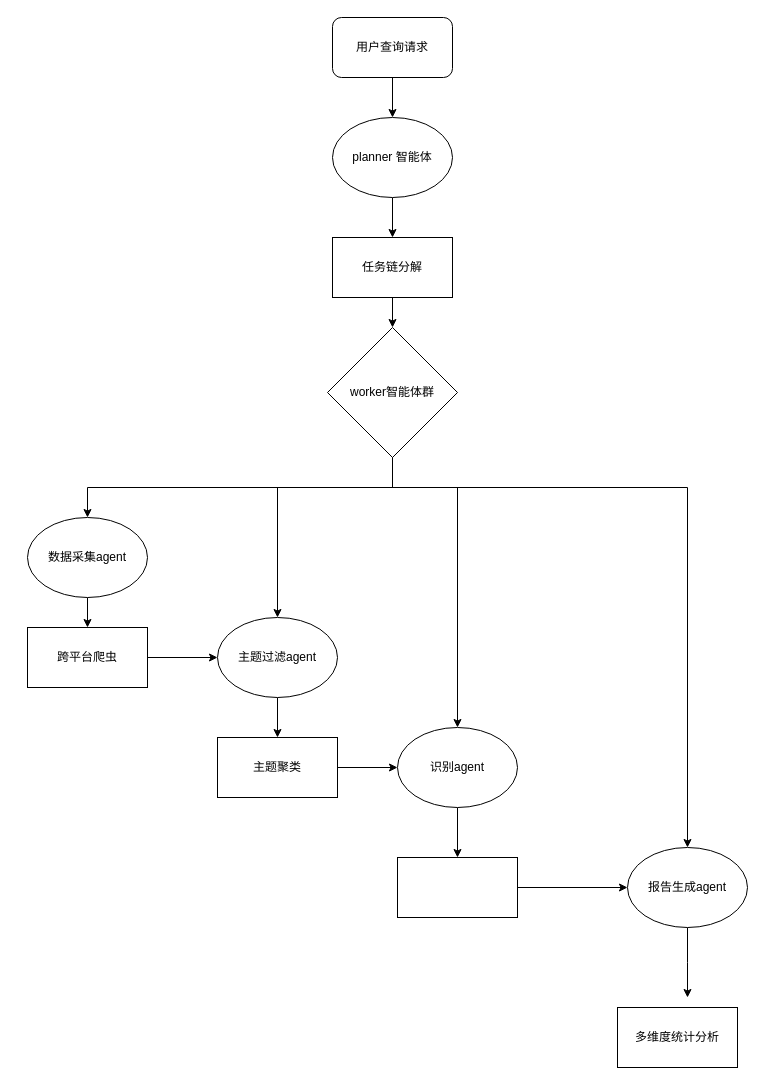
Before: 未命名绘图.drawio in PiercingLight1/reddit_crawler_v2, a draw.io diagram. Source tidied: cells renumbered, new cells numbered last; positions are measured from the earlier drawing's top-left corner, leaving out a move shared by most shapes. Both pictures are drawn from the tidied source at 100%, with x=0, y=0 at pixel (27, 17).
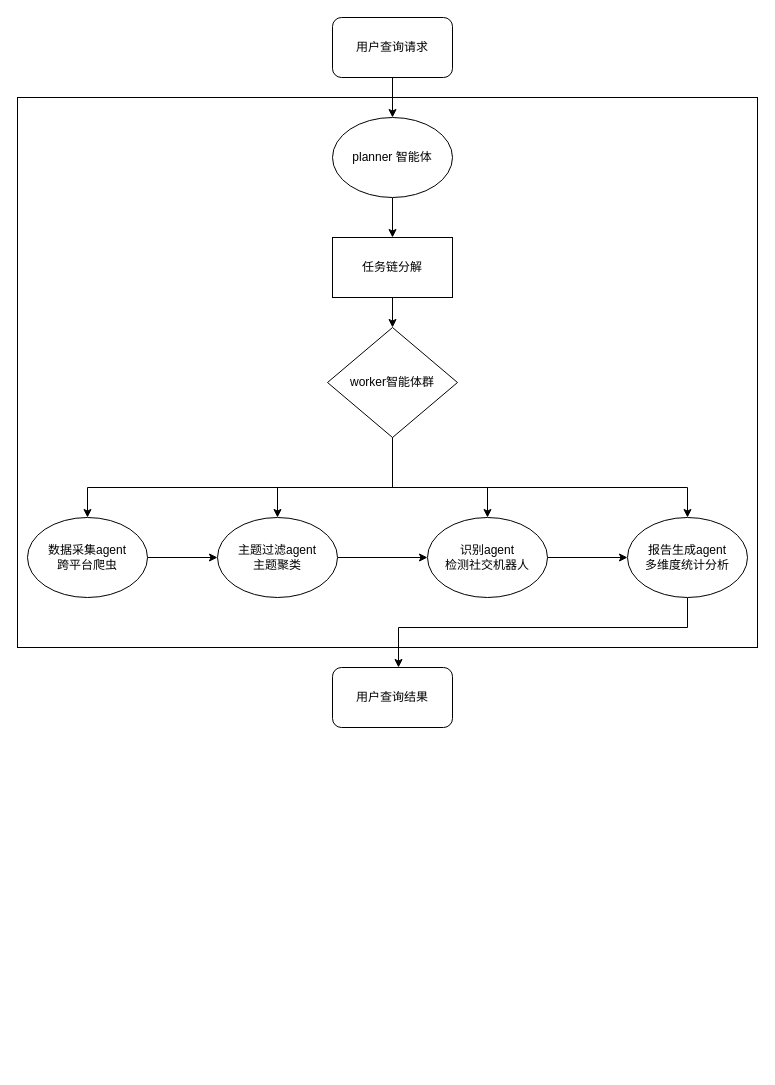
The same page after the edit.

Commit message:
更新未命名绘图.drawio

The edit, as a diff of the source:
```diff
@@
+    <mxCell id="28" style="rounded=0;whiteSpace=wrap;html=1;" parent="1" vertex="1">
+      <mxGeometry x="-10" y="80" width="740" height="550" as="geometry" />
+    </mxCell>
@@
     <mxCell id="8" style="edgeStyle=orthogonalEdgeStyle;rounded=0;jettySize=auto;html=1;entryX=0.5;entryY=0;entryDx=0;entryDy=0;exitX=0.5;exitY=1;exitDx=0;exitDy=0;" parent="1" edge="1" source="12" target="14">
-      <mxGeometry relative="1" as="geometry" />
+      <mxGeometry relative="1" as="geometry">
+        <Array as="points">
+          <mxPoint x="365" y="470" />
+          <mxPoint x="60" y="470" />
+        </Array>
+      </mxGeometry>
     </mxCell>
@@
     <mxCell id="10" style="edgeStyle=orthogonalEdgeStyle;rounded=0;jettySize=auto;html=1;entryX=0.5;entryY=0;entryDx=0;entryDy=0;exitX=0.5;exitY=1;exitDx=0;exitDy=0;" parent="1" edge="1" source="12" target="19">
       <mxGeometry relative="1" as="geometry">
         <Array as="points">
           <mxPoint x="365" y="470" />
-          <mxPoint x="430" y="470" />
+          <mxPoint x="460" y="470" />
+          <mxPoint x="460" y="500" />
         </Array>
       </mxGeometry>
     </mxCell>
@@
     <mxCell id="12" value="worker智能体群" style="rhombus;whiteSpace=wrap;html=1;" parent="1" vertex="1">
-      <mxGeometry x="300" y="310" width="130" height="130" as="geometry" />
+      <mxGeometry x="300" y="310" width="130" height="110" as="geometry" />
     </mxCell>
-    <mxCell id="13" style="edgeStyle=orthogonalEdgeStyle;rounded=0;jettySize=auto;html=1;" parent="1" edge="1" source="14" target="23">
-      <mxGeometry relative="1" as="geometry" />
-    </mxCell>
+    <mxCell id="29" style="edgeStyle=orthogonalEdgeStyle;rounded=0;jettySize=auto;html=1;entryX=0;entryY=0.5;entryDx=0;entryDy=0;" parent="1" edge="1" source="14" target="17">
+      <mxGeometry relative="1" as="geometry" />
+    </mxCell>
-    <mxCell id="14" value="数据采集agent" style="ellipse;whiteSpace=wrap;html=1;" parent="1" vertex="1">
+    <mxCell id="14" value="数据采集agent&lt;div&gt;跨平台爬虫&lt;/div&gt;" style="ellipse;whiteSpace=wrap;html=1;" parent="1" vertex="1">
       <mxGeometry y="500" width="120" height="80" as="geometry" />
     </mxCell>
-    <mxCell id="15" style="edgeStyle=orthogonalEdgeStyle;rounded=0;jettySize=auto;html=1;entryX=0;entryY=0.5;entryDx=0;entryDy=0;exitX=1;exitY=0.75;exitDx=0;exitDy=0;" parent="1" edge="1" source="24" target="19">
-      <mxGeometry relative="1" as="geometry">
-        <Array as="points">
-          <mxPoint x="310" y="750" />
-          <mxPoint x="370" y="750" />
-        </Array>
-      </mxGeometry>
-    </mxCell>
-    <mxCell id="16" style="edgeStyle=orthogonalEdgeStyle;rounded=0;jettySize=auto;html=1;" parent="1" edge="1" source="17" target="24">
-      <mxGeometry relative="1" as="geometry" />
-    </mxCell>
+    <mxCell id="30" style="edgeStyle=orthogonalEdgeStyle;rounded=0;jettySize=auto;html=1;entryX=0;entryY=0.5;entryDx=0;entryDy=0;" parent="1" edge="1" source="17" target="19">
+      <mxGeometry relative="1" as="geometry" />
+    </mxCell>
-    <mxCell id="17" value="主题过滤agent" style="ellipse;whiteSpace=wrap;html=1;" parent="1" vertex="1">
-      <mxGeometry x="190" y="600" width="120" height="80" as="geometry" />
+    <mxCell id="17" value="主题过滤agent&lt;div&gt;主题聚类&lt;/div&gt;" style="ellipse;whiteSpace=wrap;html=1;" parent="1" vertex="1">
+      <mxGeometry x="190" y="500" width="120" height="80" as="geometry" />
     </mxCell>
-    <mxCell id="18" style="edgeStyle=orthogonalEdgeStyle;rounded=0;jettySize=auto;html=1;" parent="1" edge="1" source="19" target="27">
-      <mxGeometry relative="1" as="geometry" />
-    </mxCell>
+    <mxCell id="31" style="edgeStyle=orthogonalEdgeStyle;rounded=0;jettySize=auto;html=1;entryX=0;entryY=0.5;entryDx=0;entryDy=0;" parent="1" edge="1" source="19" target="21">
+      <mxGeometry relative="1" as="geometry" />
+    </mxCell>
-    <mxCell id="19" value="识别agent" style="ellipse;whiteSpace=wrap;html=1;" parent="1" vertex="1">
-      <mxGeometry x="370" y="710" width="120" height="80" as="geometry" />
+    <mxCell id="19" value="识别agent&lt;div&gt;检测社交机器人&lt;/div&gt;" style="ellipse;whiteSpace=wrap;html=1;" parent="1" vertex="1">
+      <mxGeometry x="400" y="500" width="120" height="80" as="geometry" />
     </mxCell>
-    <mxCell id="20" style="edgeStyle=orthogonalEdgeStyle;rounded=0;jettySize=auto;html=1;" parent="1" edge="1" source="21">
+    <mxCell id="20" style="edgeStyle=orthogonalEdgeStyle;rounded=0;jettySize=auto;html=1;exitX=0.5;exitY=1;exitDx=0;exitDy=0;" parent="1" edge="1" source="21" target="32">
       <mxGeometry relative="1" as="geometry">
-        <mxPoint x="660" y="980" as="targetPoint" />
+        <Array as="points">
+          <mxPoint x="660" y="610" />
+          <mxPoint x="371" y="610" />
+        </Array>
       </mxGeometry>
     </mxCell>
-    <mxCell id="21" value="报告生成agent" style="ellipse;whiteSpace=wrap;html=1;" parent="1" vertex="1">
-      <mxGeometry x="600" y="830" width="120" height="80" as="geometry" />
+    <mxCell id="21" value="报告生成agent&lt;div&gt;多维度统计分析&lt;/div&gt;" style="ellipse;whiteSpace=wrap;html=1;" parent="1" vertex="1">
+      <mxGeometry x="600" y="500" width="120" height="80" as="geometry" />
     </mxCell>
-    <mxCell id="22" style="edgeStyle=orthogonalEdgeStyle;rounded=0;jettySize=auto;html=1;" parent="1" edge="1" source="23" target="17">
-      <mxGeometry relative="1" as="geometry" />
-    </mxCell>
-    <mxCell id="23" value="跨平台爬虫" style="whiteSpace=wrap;html=1;" parent="1" vertex="1">
-      <mxGeometry y="610" width="120" height="60" as="geometry" />
-    </mxCell>
-    <mxCell id="24" value="主题聚类" style="whiteSpace=wrap;html=1;" parent="1" vertex="1">
-      <mxGeometry x="190" y="720" width="120" height="60" as="geometry" />
-    </mxCell>
-    <mxCell id="25" value="多维度统计分析" style="whiteSpace=wrap;html=1;" parent="1" vertex="1">
-      <mxGeometry x="590" y="990" width="120" height="60" as="geometry" />
-    </mxCell>
-    <mxCell id="26" style="edgeStyle=orthogonalEdgeStyle;rounded=0;jettySize=auto;html=1;" parent="1" edge="1" source="27" target="21">
-      <mxGeometry relative="1" as="geometry" />
-    </mxCell>
-    <mxCell id="27" style="whiteSpace=wrap;html=1;" parent="1" vertex="1">
-      <mxGeometry x="370" y="840" width="120" height="60" as="geometry" />
-    </mxCell>
+    <mxCell id="32" value="用户查询结果" style="rounded=1;whiteSpace=wrap;html=1;" parent="1" vertex="1">
+      <mxGeometry x="305" y="650" width="120" height="60" as="geometry" />
+    </mxCell>
```
